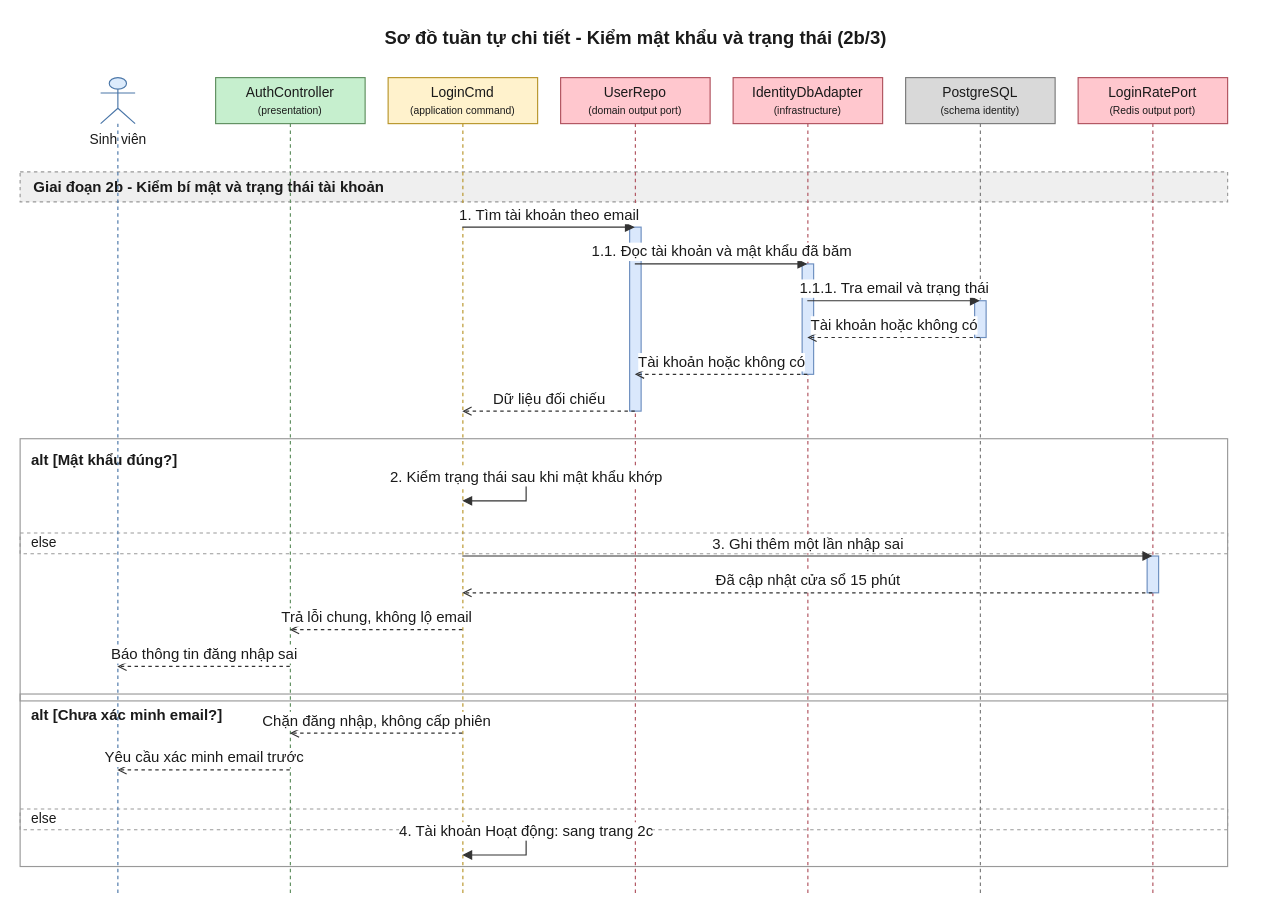
Before: 08-diagram/sequence/user/sequence_user_dang_ky_dang_nhap_p2b.drawio in daiphu1801/PRJ_ALGOPREP, a draw.io diagram. Source tidied: cells renumbered, new cells numbered last; positions are measured from the earlier drawing's top-left corner, leaving out a move shared by most shapes. Both pictures are drawn from the tidied source at 115%, with x=0, y=0 at pixel (20, 20).
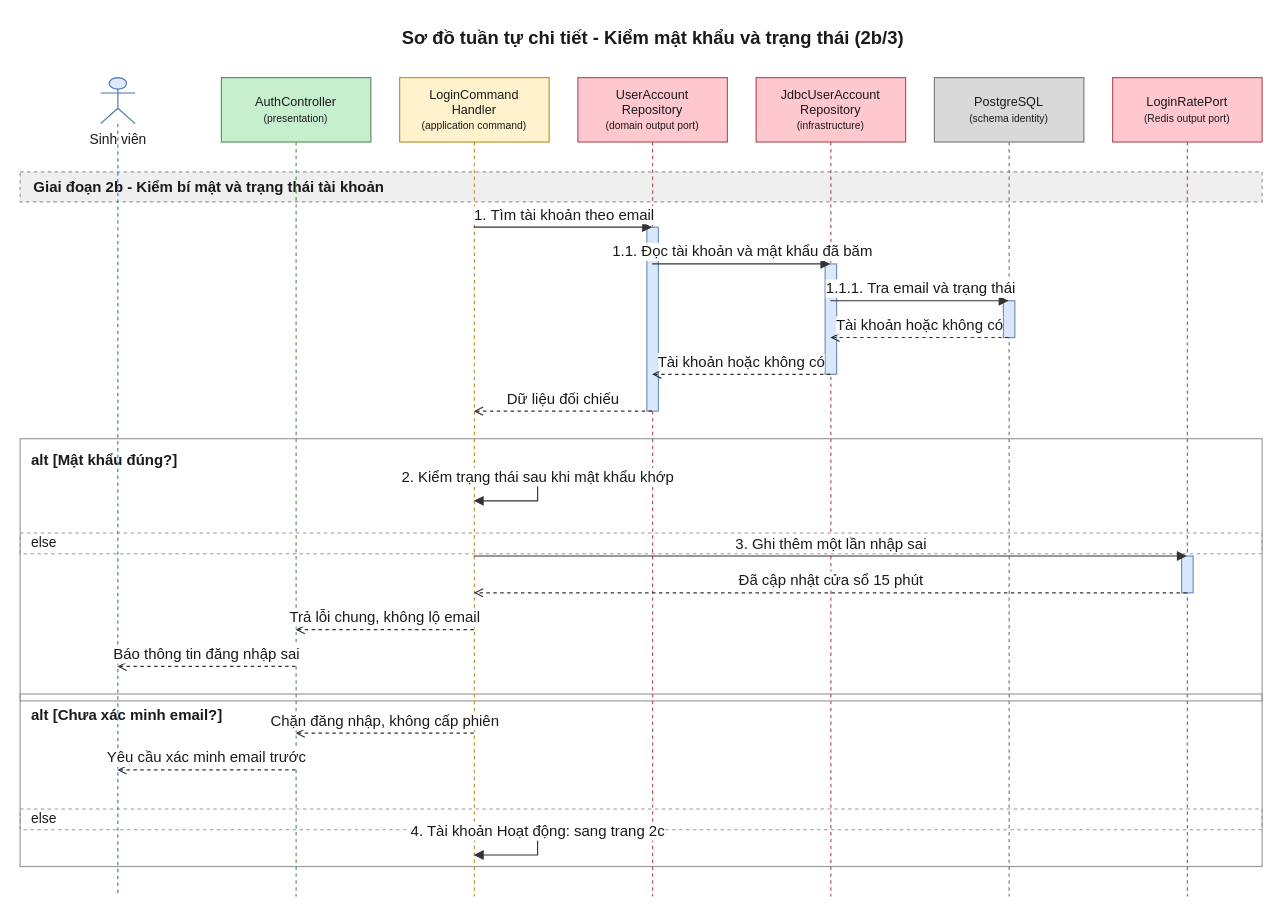
The same diagram, later.

Change to the diagram source:
```diff
@@
     <mxCell id="2" value="Sơ đồ tuần tự chi tiết - Kiểm mật khẩu và trạng thái (2b/3)" style="text;html=1;fontSize=16;fontStyle=1;align=center;verticalAlign=middle;fontColor=#1A1A1A;" parent="1" vertex="1">
-      <mxGeometry x="20" width="1030" height="30" as="geometry" />
+      <mxGeometry x="20" width="1060" height="30" as="geometry" />
     </mxCell>
     <mxCell id="3" value="alt [Mật khẩu đúng?]" style="algoprep=alt;rounded=0;whiteSpace=wrap;html=1;fillColor=none;strokeColor=#999999;verticalAlign=top;align=left;spacingLeft=8;spacingTop=4;fontColor=#1A1A1A;fontSize=13;fontStyle=1;dashed=0;" parent="1" vertex="1">
-      <mxGeometry y="364" width="1050" height="228" as="geometry" />
+      <mxGeometry y="364" width="1080" height="228" as="geometry" />
     </mxCell>
     <mxCell id="4" value="else" style="text;html=1;dashed=1;strokeColor=#999999;fillColor=none;align=left;verticalAlign=middle;spacingLeft=8;fontColor=#1A1A1A;fontSize=12;" parent="1" vertex="1">
-      <mxGeometry y="446" width="1050" height="18" as="geometry" />
+      <mxGeometry y="446" width="1080" height="18" as="geometry" />
     </mxCell>
     <mxCell id="5" value="alt [Chưa xác minh email?]" style="algoprep=alt;rounded=0;whiteSpace=wrap;html=1;fillColor=none;strokeColor=#999999;verticalAlign=top;align=left;spacingLeft=8;spacingTop=4;fontColor=#1A1A1A;fontSize=13;fontStyle=1;dashed=0;" parent="1" vertex="1">
-      <mxGeometry y="586" width="1050" height="150" as="geometry" />
+      <mxGeometry y="586" width="1080" height="150" as="geometry" />
     </mxCell>
     <mxCell id="6" value="else" style="text;html=1;dashed=1;strokeColor=#999999;fillColor=none;align=left;verticalAlign=middle;spacingLeft=8;fontColor=#1A1A1A;fontSize=12;" parent="1" vertex="1">
-      <mxGeometry y="686" width="1050" height="18" as="geometry" />
+      <mxGeometry y="686" width="1080" height="18" as="geometry" />
     </mxCell>
     <mxCell id="7" value="Giai đoạn 2b - Kiểm bí mật và trạng thái tài khoản" style="algoprep=phase;rounded=0;whiteSpace=wrap;html=1;fillColor=#EFEFEF;strokeColor=#999999;dashed=1;align=left;verticalAlign=middle;spacingLeft=10;fontColor=#1A1A1A;fontSize=13;fontStyle=1;" parent="1" vertex="1">
-      <mxGeometry y="132" width="1050" height="26" as="geometry" />
+      <mxGeometry y="132" width="1080" height="26" as="geometry" />
     </mxCell>
@@
-    <mxCell id="9" value="AuthController&lt;br&gt;&lt;font style=&quot;font-size:9px&quot;&gt;(presentation)&lt;/font&gt;" style="shape=umlLifeline;perimeter=lifelinePerimeter;whiteSpace=wrap;html=1;outlineConnect=0;size=40;fillColor=#C6EFCE;strokeColor=#5E8E5E;fontColor=#1A1A1A;" parent="1" vertex="1">
-      <mxGeometry x="170" y="50" width="130" height="712" as="geometry" />
+    <mxCell id="9" value="AuthController&lt;br&gt;&lt;font style=&quot;font-size:9px&quot;&gt;(presentation)&lt;/font&gt;" style="shape=umlLifeline;perimeter=lifelinePerimeter;whiteSpace=wrap;html=1;outlineConnect=0;size=56;fontSize=11;fillColor=#C6EFCE;strokeColor=#5E8E5E;fontColor=#1A1A1A;" parent="1" vertex="1">
+      <mxGeometry x="175" y="50" width="130" height="712" as="geometry" />
     </mxCell>
-    <mxCell id="10" value="LoginCmd&lt;br&gt;&lt;font style=&quot;font-size:9px&quot;&gt;(application command)&lt;/font&gt;" style="shape=umlLifeline;perimeter=lifelinePerimeter;whiteSpace=wrap;html=1;outlineConnect=0;size=40;fillColor=#FFF2CC;strokeColor=#B8952A;fontColor=#1A1A1A;" parent="1" vertex="1">
-      <mxGeometry x="320" y="50" width="130" height="712" as="geometry" />
+    <mxCell id="10" value="LoginCommand&lt;br&gt;Handler&lt;br&gt;&lt;font style=&quot;font-size:9px&quot;&gt;(application command)&lt;/font&gt;" style="shape=umlLifeline;perimeter=lifelinePerimeter;whiteSpace=wrap;html=1;outlineConnect=0;size=56;fontSize=11;fillColor=#FFF2CC;strokeColor=#B8952A;fontColor=#1A1A1A;" parent="1" vertex="1">
+      <mxGeometry x="330" y="50" width="130" height="712" as="geometry" />
     </mxCell>
-    <mxCell id="11" value="UserRepo&lt;br&gt;&lt;font style=&quot;font-size:9px&quot;&gt;(domain output port)&lt;/font&gt;" style="shape=umlLifeline;perimeter=lifelinePerimeter;whiteSpace=wrap;html=1;outlineConnect=0;size=40;fillColor=#FFC7CE;strokeColor=#B0525E;fontColor=#1A1A1A;" parent="1" vertex="1">
-      <mxGeometry x="470" y="50" width="130" height="712" as="geometry" />
+    <mxCell id="11" value="UserAccount&lt;br&gt;Repository&lt;br&gt;&lt;font style=&quot;font-size:9px&quot;&gt;(domain output port)&lt;/font&gt;" style="shape=umlLifeline;perimeter=lifelinePerimeter;whiteSpace=wrap;html=1;outlineConnect=0;size=56;fontSize=11;fillColor=#FFC7CE;strokeColor=#B0525E;fontColor=#1A1A1A;" parent="1" vertex="1">
+      <mxGeometry x="485" y="50" width="130" height="712" as="geometry" />
     </mxCell>
-    <mxCell id="12" value="IdentityDbAdapter&lt;br&gt;&lt;font style=&quot;font-size:9px&quot;&gt;(infrastructure)&lt;/font&gt;" style="shape=umlLifeline;perimeter=lifelinePerimeter;whiteSpace=wrap;html=1;outlineConnect=0;size=40;fillColor=#FFC7CE;strokeColor=#B0525E;fontColor=#1A1A1A;" parent="1" vertex="1">
-      <mxGeometry x="620" y="50" width="130" height="712" as="geometry" />
+    <mxCell id="12" value="JdbcUserAccount&lt;br&gt;Repository&lt;br&gt;&lt;font style=&quot;font-size:9px&quot;&gt;(infrastructure)&lt;/font&gt;" style="shape=umlLifeline;perimeter=lifelinePerimeter;whiteSpace=wrap;html=1;outlineConnect=0;size=56;fontSize=11;fillColor=#FFC7CE;strokeColor=#B0525E;fontColor=#1A1A1A;" parent="1" vertex="1">
+      <mxGeometry x="640" y="50" width="130" height="712" as="geometry" />
     </mxCell>
-    <mxCell id="13" value="PostgreSQL&lt;br&gt;&lt;font style=&quot;font-size:9px&quot;&gt;(schema identity)&lt;/font&gt;" style="shape=umlLifeline;perimeter=lifelinePerimeter;whiteSpace=wrap;html=1;outlineConnect=0;size=40;fillColor=#D9D9D9;strokeColor=#7A7A7A;fontColor=#1A1A1A;" parent="1" vertex="1">
-      <mxGeometry x="770" y="50" width="130" height="712" as="geometry" />
+    <mxCell id="13" value="PostgreSQL&lt;br&gt;&lt;font style=&quot;font-size:9px&quot;&gt;(schema identity)&lt;/font&gt;" style="shape=umlLifeline;perimeter=lifelinePerimeter;whiteSpace=wrap;html=1;outlineConnect=0;size=56;fontSize=11;fillColor=#D9D9D9;strokeColor=#7A7A7A;fontColor=#1A1A1A;" parent="1" vertex="1">
+      <mxGeometry x="795" y="50" width="130" height="712" as="geometry" />
     </mxCell>
-    <mxCell id="14" value="LoginRatePort&lt;br&gt;&lt;font style=&quot;font-size:9px&quot;&gt;(Redis output port)&lt;/font&gt;" style="shape=umlLifeline;perimeter=lifelinePerimeter;whiteSpace=wrap;html=1;outlineConnect=0;size=40;fillColor=#FFC7CE;strokeColor=#B0525E;fontColor=#1A1A1A;" parent="1" vertex="1">
-      <mxGeometry x="920" y="50" width="130" height="712" as="geometry" />
+    <mxCell id="14" value="LoginRatePort&lt;br&gt;&lt;font style=&quot;font-size:9px&quot;&gt;(Redis output port)&lt;/font&gt;" style="shape=umlLifeline;perimeter=lifelinePerimeter;whiteSpace=wrap;html=1;outlineConnect=0;size=56;fontSize=11;fillColor=#FFC7CE;strokeColor=#B0525E;fontColor=#1A1A1A;" parent="1" vertex="1">
+      <mxGeometry x="950" y="50" width="130" height="712" as="geometry" />
     </mxCell>
@@
     <mxCell id="25" value="2. Kiểm trạng thái sau khi mật khẩu khớp" style="edgeStyle=orthogonalEdgeStyle;rounded=0;html=1;endArrow=block;endFill=1;strokeColor=#333333;fontColor=#1A1A1A;fontSize=13;verticalAlign=bottom;exitX=0.5;exitY=0.4888;exitDx=0;exitDy=0;entryX=0.5;entryY=0.5169;entryDx=0;entryDy=0;" parent="1" edge="1" source="10" target="10">
       <mxGeometry relative="1" as="geometry">
         <Array as="points">
-          <mxPoint x="440" y="398" />
-          <mxPoint x="440" y="418" />
+          <mxPoint x="450" y="398" />
+          <mxPoint x="450" y="418" />
         </Array>
       </mxGeometry>
     </mxCell>
@@
     <mxCell id="32" value="4. Tài khoản Hoạt động: sang trang 2c" style="edgeStyle=orthogonalEdgeStyle;rounded=0;html=1;endArrow=block;endFill=1;strokeColor=#333333;fontColor=#1A1A1A;fontSize=13;verticalAlign=bottom;exitX=0.5;exitY=0.9213;exitDx=0;exitDy=0;entryX=0.5;entryY=0.9494;entryDx=0;entryDy=0;" parent="1" edge="1" source="10" target="10">
       <mxGeometry relative="1" as="geometry">
         <Array as="points">
-          <mxPoint x="440" y="706" />
-          <mxPoint x="440" y="726" />
+          <mxPoint x="450" y="706" />
+          <mxPoint x="450" y="726" />
         </Array>
       </mxGeometry>
     </mxCell>
```
